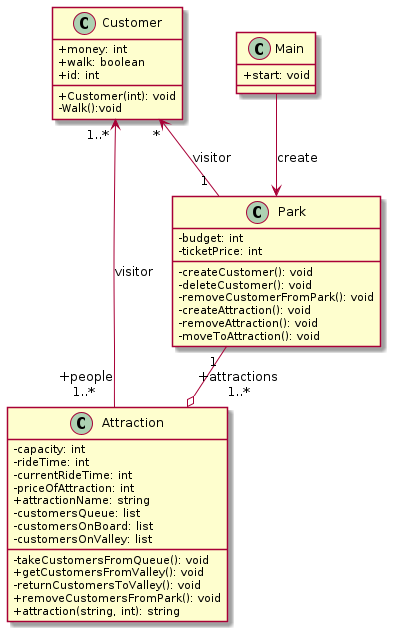
Above: description/images/class.png in mzhirko/amusement-park (PlantUML), before the change.
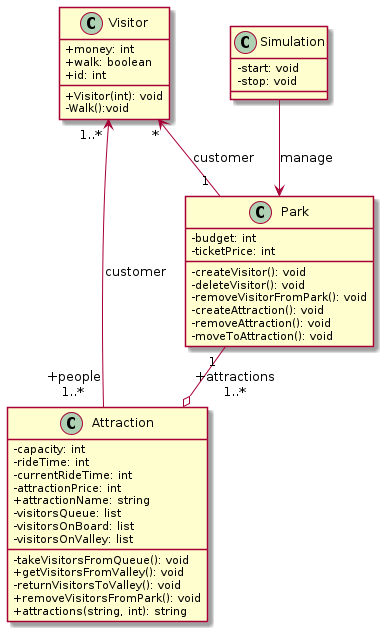
After the change.

Commit message:
Edit class diagram

The edit, as a diff of the source:
```diff
@@ -1,24 +1,24 @@
 @startuml
 skinparam classAttributeIconSize 0
-Customer " * " <-- " 1 " Park: visitor
-Customer " 1..* " <-- " +people\n 1..* " Attraction: visitor
+Visitor " * " <-- " 1 " Park: customer
+Visitor " 1..* " <-- " +people\n 1..* " Attraction: customer
 Park " 1 " --o " +attractions\n 1..*" Attraction
-Main --> Park: create
+Simulation --> Park: manage
 
-class Customer {
+class Visitor {
     + money: int
     + walk: boolean
     + id: int
-    + Customer(int): void
+    + Visitor(int): void
     - Walk():void
 }
 
 class Park {
     - budget: int
     - ticketPrice: int
-    - createCustomer(): void
-    - deleteCustomer(): void
-    - removeCustomerFromPark(): void
+    - createVisitor(): void
+    - deleteVisitor(): void
+    - removeVisitorFromPark(): void
     - createAttraction(): void
     - removeAttraction(): void
     - moveToAttraction(): void
@@ -28,20 +28,21 @@
     - capacity: int
     - rideTime: int
     - currentRideTime: int
-    - priceOfAttraction: int
+    - attractionPrice: int
     + attractionName: string
-    - customersQueue: list
-    - customersOnBoard: list
-    - customersOnValley: list
-    - takeCustomersFromQueue(): void
-    + getCustomersFromValley(): void
-    - returnCustomersToValley(): void
-    + removeCustomersFromPark(): void
-    + attraction(string, int): string
+    - visitorsQueue: list
+    - visitorsOnBoard: list
+    - visitorsOnValley: list
+    - takeVisitorsFromQueue(): void
+    + getVisitorsFromValley(): void
+    - returnVisitorsToValley(): void
+    + removeVisitorsFromPark(): void
+    + attractions(string, int): string
 }
 
-class Main {
-+ start: void
+class Simulation {
+- start: void
+- stop: void
 }
 
 @enduml
```
